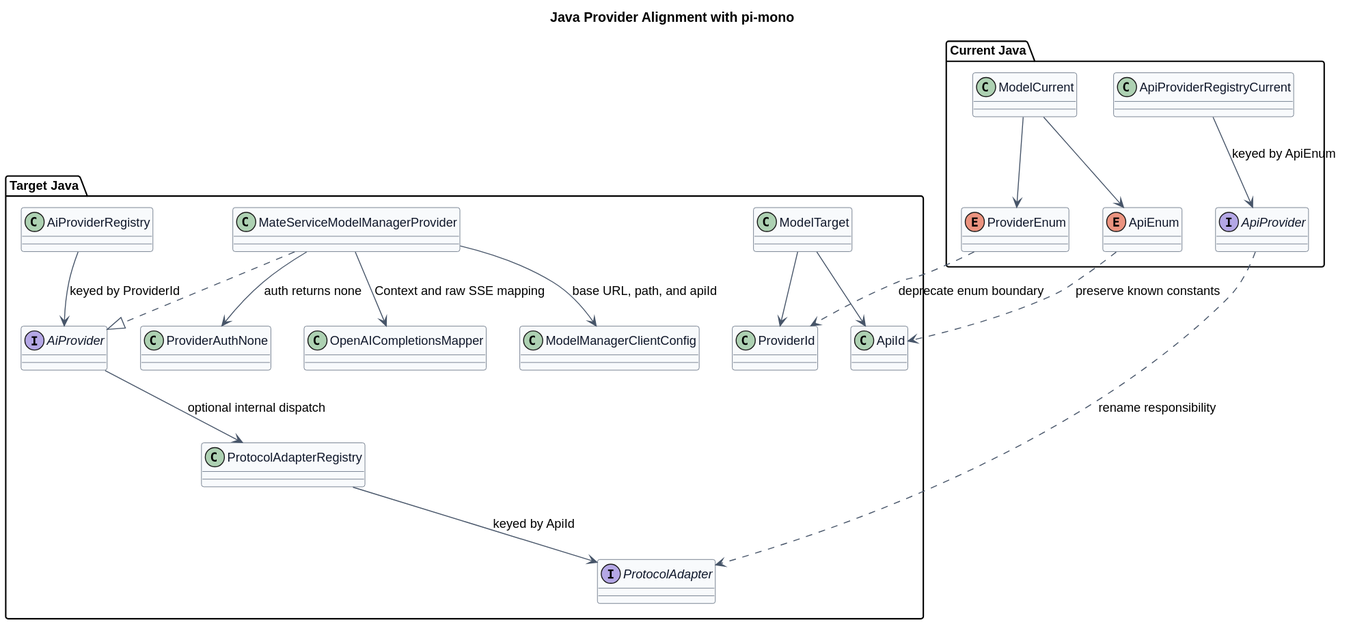
Earlier version of the PlantUML export model-manager-provider-contract/java_provider_alignment.svg (ssm0808/pi-mono-java-design).
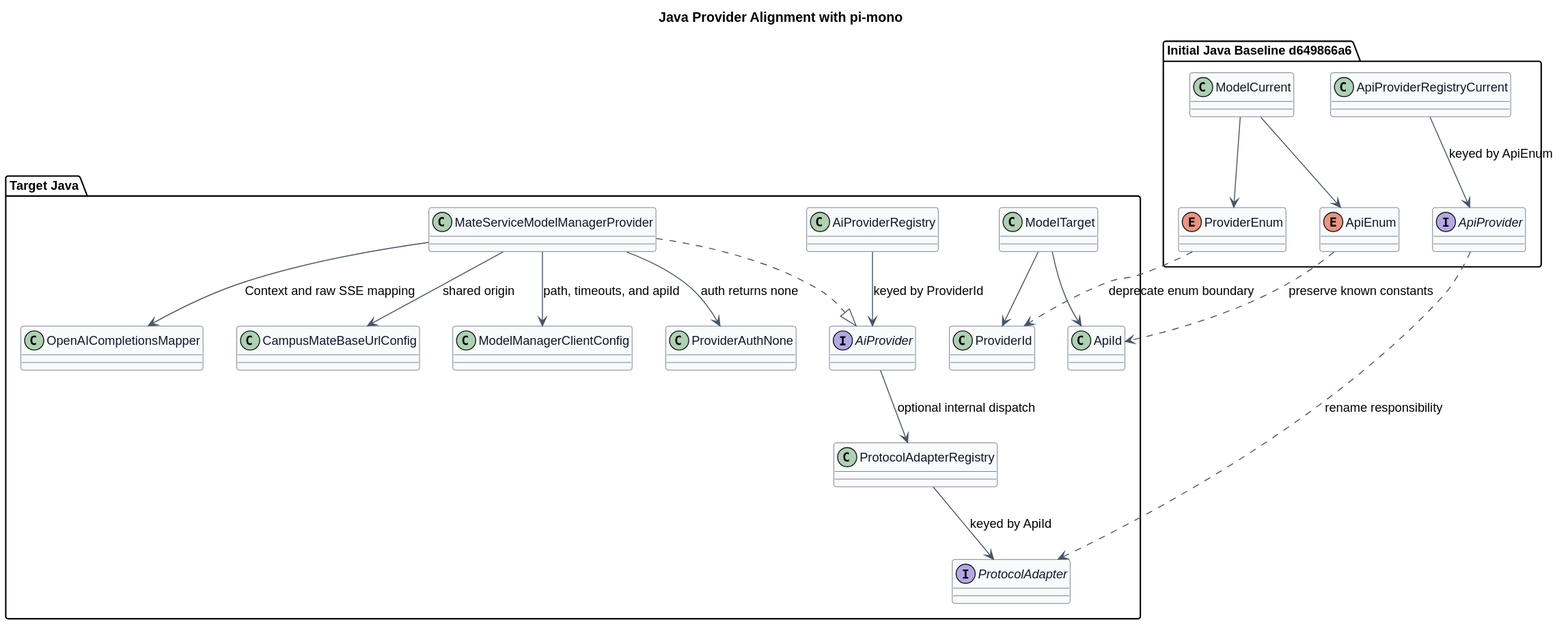
The same file after the commit.

What changed in the source:
```diff
@@ -13,7 +13,7 @@
   ArrowColor #475569
 }
 
-package "Current Java" {
+package "Initial Java Baseline d649866a6" {
   enum ProviderEnum
   enum ApiEnum
   class ModelCurrent
@@ -35,6 +35,7 @@
   class ProviderAuthNone
   class MateServiceModelManagerProvider
   class OpenAICompletionsMapper
+  class CampusMateBaseUrlConfig
   class ModelManagerClientConfig
   ModelTarget --> ProviderId
   ModelTarget --> ApiId
@@ -44,7 +45,8 @@
   MateServiceModelManagerProvider ..|> AiProvider
   MateServiceModelManagerProvider --> ProviderAuthNone : auth returns none
   MateServiceModelManagerProvider --> OpenAICompletionsMapper : Context and raw SSE mapping
-  MateServiceModelManagerProvider --> ModelManagerClientConfig : base URL, path, and apiId
+  MateServiceModelManagerProvider --> CampusMateBaseUrlConfig : shared origin
+  MateServiceModelManagerProvider --> ModelManagerClientConfig : path, timeouts, and apiId
 }
 
 ProviderEnum ..> ProviderId : deprecate enum boundary
```
